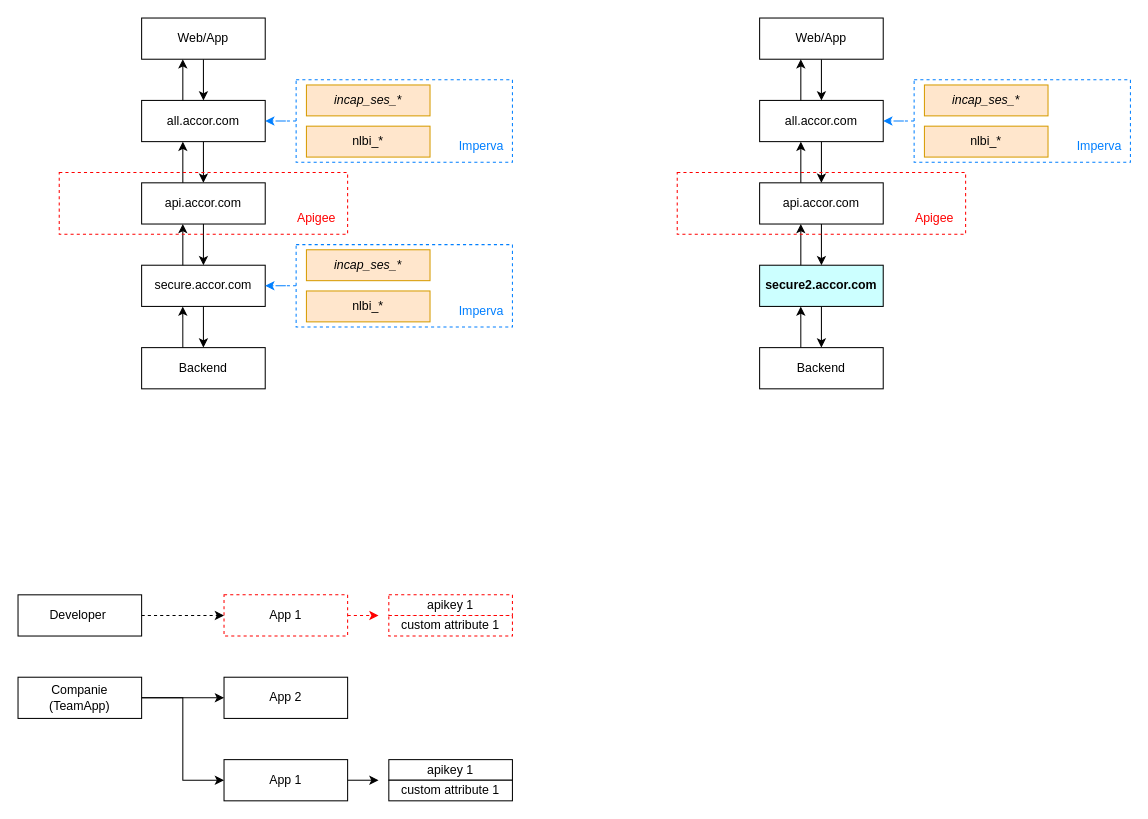
Above: page "Page-1" (1 of 2) of Cookies Imperva.drawio in 41M3/draw.io (draw.io), before the change. Source tidied: cells renumbered, new cells numbered last; positions are measured from the earlier drawing's top-left corner, leaving out a move shared by most shapes. Both pictures are drawn from the tidied source at 103%, with x=0, y=0 at pixel (18, 18).
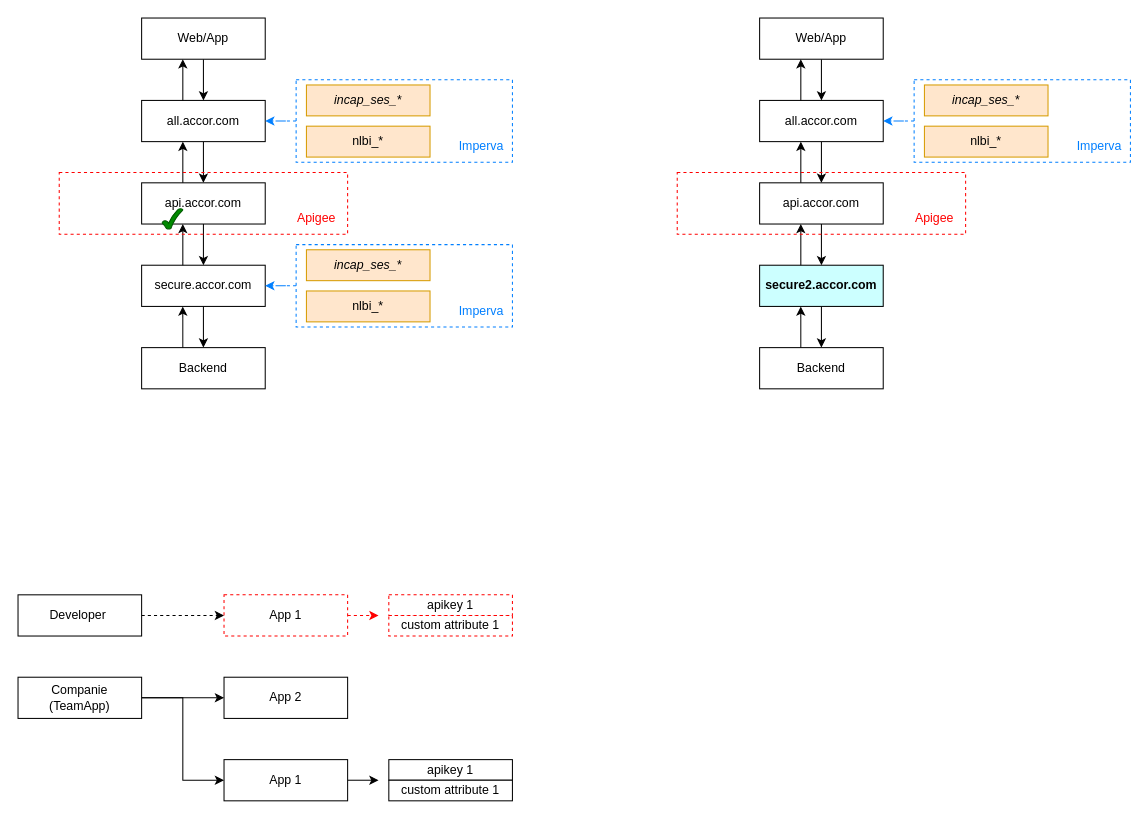
Above is the later version.

Commit message:
Mettre à jour Cookies Imperva.drawio

The edit, as a diff of the source:
```diff
@@
+    <mxCell id="61" style="verticalLabelPosition=bottom;verticalAlign=top;html=1;shape=mxgraph.basic.tick;fillColor=#008a00;fontColor=#ffffff;strokeColor=#005700;" parent="1" vertex="1">
+      <mxGeometry x="140" y="185" width="20" height="20" as="geometry" />
+    </mxCell>
```
